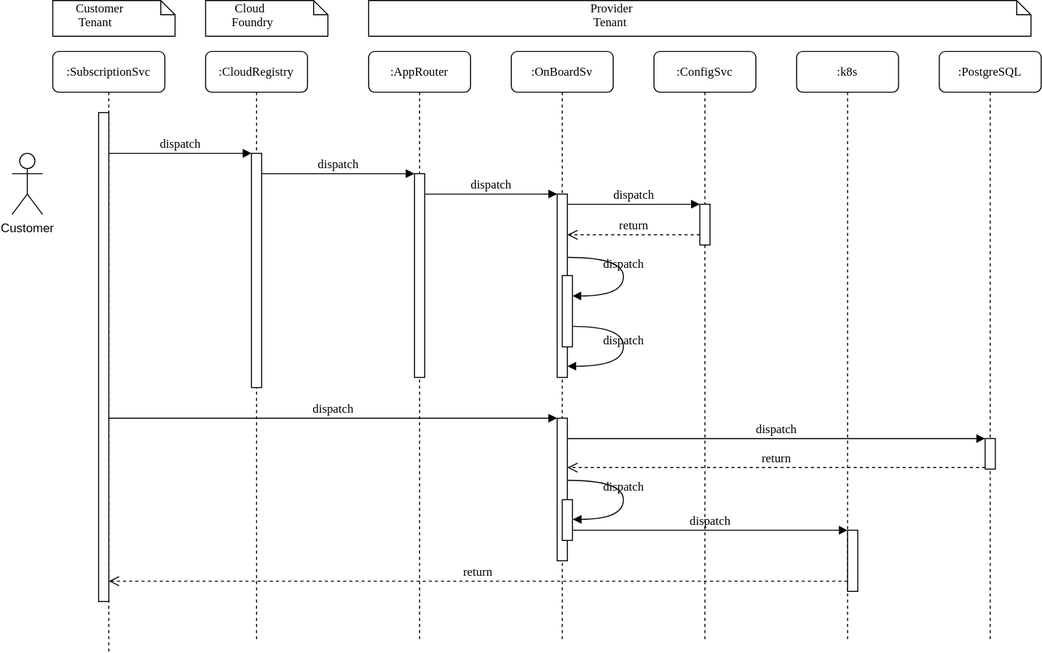
Earlier version of the draw.io export Onboarding.svg (sundarvc/sequence-diagrams). Source tidied: cells renumbered, new cells last; positions are measured from the earlier drawing's top-left corner, leaving out a move shared by most shapes.
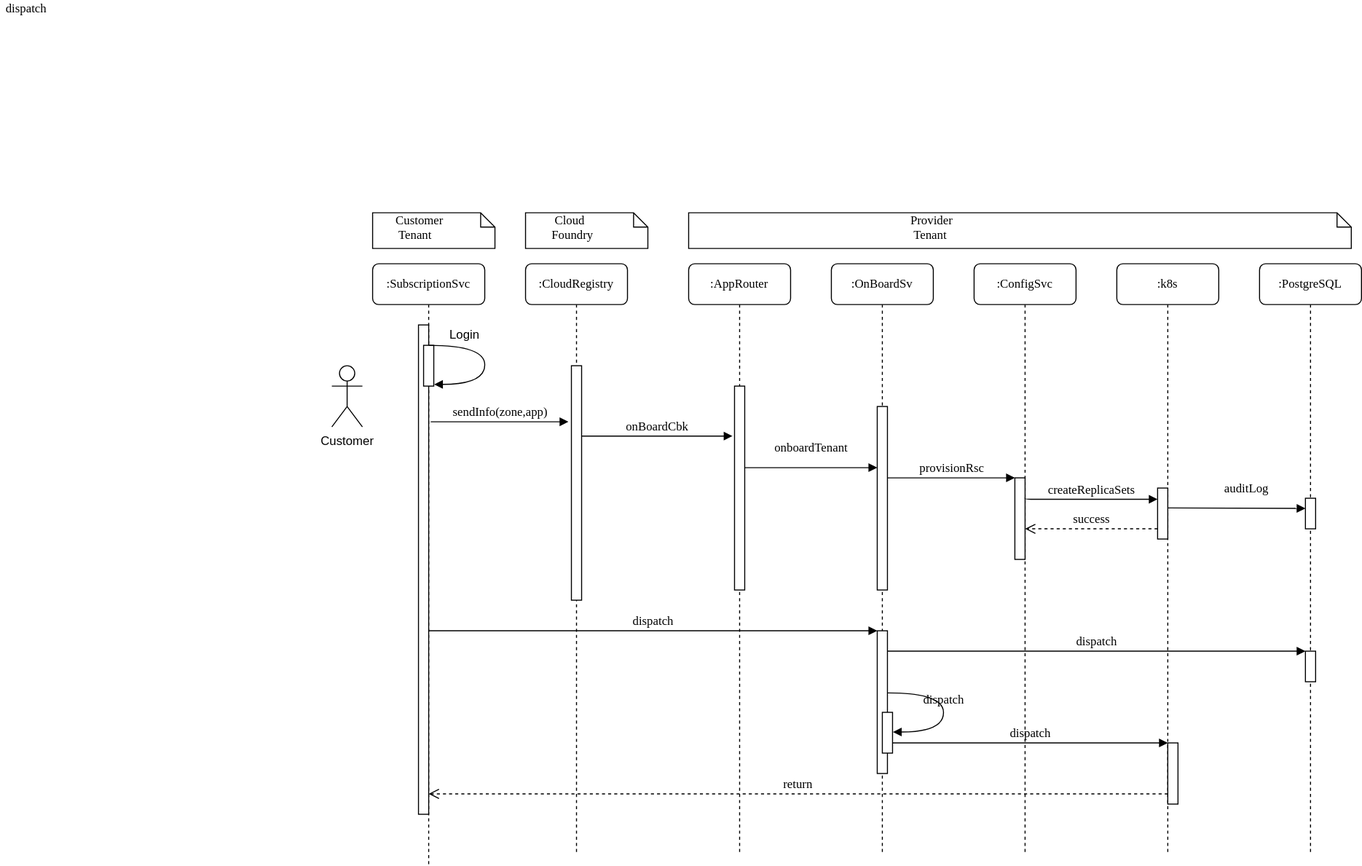
Above is the later version.

The edit, as a diff of the source:
```diff
@@ -23,39 +23,41 @@
     <mxCell id="8" value=":k8s" style="shape=umlLifeline;perimeter=lifelinePerimeter;whiteSpace=wrap;html=1;rounded=1;shadow=0;comic=0;labelBackgroundColor=none;strokeWidth=1;fontFamily=Verdana;fontSize=12;align=center;" parent="1" vertex="1">
       <mxGeometry x="770" y="50" width="100" height="580" as="geometry" />
     </mxCell>
+    <mxCell id="36" style="html=1;points=[];perimeter=orthogonalPerimeter;rounded=0;shadow=0;comic=0;labelBackgroundColor=none;strokeWidth=1;fontFamily=Verdana;fontSize=12;align=center;" parent="8" vertex="1">
+      <mxGeometry x="40" y="220" width="10" height="50" as="geometry" />
+    </mxCell>
     <mxCell id="9" value=":PostgreSQL" style="shape=umlLifeline;perimeter=lifelinePerimeter;whiteSpace=wrap;html=1;rounded=1;shadow=0;comic=0;labelBackgroundColor=none;strokeWidth=1;fontFamily=Verdana;fontSize=12;align=center;" parent="1" vertex="1">
       <mxGeometry x="910" y="50" width="100" height="580" as="geometry" />
     </mxCell>
+    <mxCell id="37" style="html=1;points=[];perimeter=orthogonalPerimeter;rounded=0;shadow=0;comic=0;labelBackgroundColor=none;strokeColor=#000000;strokeWidth=1;fillColor=#FFFFFF;fontFamily=Verdana;fontSize=12;fontColor=#000000;align=center;" parent="9" vertex="1">
+      <mxGeometry x="45" y="230" width="10" height="30" as="geometry" />
+    </mxCell>
     <mxCell id="10" value=":SubscriptionSvc" style="shape=umlLifeline;perimeter=lifelinePerimeter;whiteSpace=wrap;html=1;rounded=1;shadow=0;comic=0;labelBackgroundColor=none;strokeWidth=1;fontFamily=Verdana;fontSize=12;align=center;size=40;" parent="1" vertex="1">
       <mxGeometry x="40" y="50" width="110" height="590" as="geometry" />
     </mxCell>
     <mxCell id="11" style="html=1;points=[];perimeter=orthogonalPerimeter;rounded=0;shadow=0;comic=0;labelBackgroundColor=none;strokeWidth=1;fontFamily=Verdana;fontSize=12;align=center;" parent="10" vertex="1">
       <mxGeometry x="45" y="60" width="10" height="480" as="geometry" />
     </mxCell>
+    <mxCell id="38" style="html=1;perimeter=orthogonalPerimeter;rounded=0;shadow=0;comic=0;labelBackgroundColor=none;strokeWidth=1;fontFamily=Verdana;fontSize=12;align=center;" parent="10" vertex="1">
+      <mxGeometry x="50" y="80" width="10" height="40" as="geometry" />
+    </mxCell>
     <mxCell id="12" style="html=1;points=[];perimeter=orthogonalPerimeter;rounded=0;shadow=0;comic=0;labelBackgroundColor=none;strokeWidth=1;fontFamily=Verdana;fontSize=12;align=center;" parent="1" vertex="1">
       <mxGeometry x="535" y="190" width="10" height="180" as="geometry" />
     </mxCell>
-    <mxCell id="13" value="dispatch" style="html=1;verticalAlign=bottom;endArrow=block;labelBackgroundColor=none;fontFamily=Verdana;fontSize=12;edgeStyle=elbowEdgeStyle;elbow=vertical;" parent="1" edge="1" source="5" target="12">
-      <mxGeometry relative="1" as="geometry">
+    <mxCell id="13" value="onboardTenant" style="html=1;verticalAlign=bottom;endArrow=block;labelBackgroundColor=none;fontFamily=Verdana;fontSize=12;edgeStyle=elbowEdgeStyle;elbow=vertical;" parent="1" edge="1" source="5" target="12">
+      <mxGeometry y="10" relative="1" as="geometry">
         <Array as="points">
+          <mxPoint x="470" y="250" />
           <mxPoint x="410" y="190" />
         </Array>
       </mxGeometry>
     </mxCell>
     <mxCell id="14" style="html=1;points=[];perimeter=orthogonalPerimeter;rounded=0;shadow=0;comic=0;labelBackgroundColor=none;strokeWidth=1;fontFamily=Verdana;fontSize=12;align=center;" parent="1" vertex="1">
-      <mxGeometry x="675" y="200" width="10" height="40" as="geometry" />
+      <mxGeometry x="670" y="260" width="10" height="80" as="geometry" />
     </mxCell>
-    <mxCell id="15" value="dispatch" style="html=1;verticalAlign=bottom;endArrow=block;entryX=0;entryY=0;labelBackgroundColor=none;fontFamily=Verdana;fontSize=12;edgeStyle=elbowEdgeStyle;elbow=vertical;" parent="1" edge="1" source="12" target="14">
+    <mxCell id="15" value="provisionRsc" style="html=1;verticalAlign=bottom;endArrow=block;entryX=0;entryY=0;labelBackgroundColor=none;fontFamily=Verdana;fontSize=12;edgeStyle=elbowEdgeStyle;elbow=vertical;" parent="1" edge="1" source="12" target="14">
       <mxGeometry relative="1" as="geometry" />
     </mxCell>
-    <mxCell id="16" value="return" style="html=1;verticalAlign=bottom;endArrow=open;dashed=1;endSize=8;labelBackgroundColor=none;fontFamily=Verdana;fontSize=12;edgeStyle=elbowEdgeStyle;elbow=vertical;" parent="1" edge="1" source="14" target="12">
-      <mxGeometry relative="1" as="geometry">
-        <Array as="points">
-          <mxPoint x="620" y="230" />
-          <mxPoint x="650" y="230" />
-        </Array>
-      </mxGeometry>
-    </mxCell>
     <mxCell id="17" style="html=1;points=[];perimeter=orthogonalPerimeter;rounded=0;shadow=0;comic=0;labelBackgroundColor=none;strokeWidth=1;fontFamily=Verdana;fontSize=12;align=center;" parent="1" vertex="1">
       <mxGeometry x="535" y="410" width="10" height="140" as="geometry" />
     </mxCell>
@@ -68,8 +70,11 @@
     <mxCell id="20" value="dispatch" style="html=1;verticalAlign=bottom;endArrow=block;entryX=0;entryY=0;labelBackgroundColor=none;fontFamily=Verdana;fontSize=12;" parent="1" edge="1" source="17" target="19">
       <mxGeometry relative="1" as="geometry" />
     </mxCell>
-    <mxCell id="21" value="return" style="html=1;verticalAlign=bottom;endArrow=open;dashed=1;endSize=8;exitX=0;exitY=0.95;labelBackgroundColor=none;fontFamily=Verdana;fontSize=12;" parent="1" edge="1" source="19" target="17">
-      <mxGeometry relative="1" as="geometry" />
+    <mxCell id="21" value="success" style="html=1;verticalAlign=bottom;endArrow=open;dashed=1;endSize=8;labelBackgroundColor=none;fontFamily=Verdana;fontSize=12;" parent="1" edge="1">
+      <mxGeometry relative="1" as="geometry">
+        <mxPoint x="810" y="310" as="sourcePoint" />
+        <mxPoint x="680" y="310" as="targetPoint" />
+      </mxGeometry>
     </mxCell>
     <mxCell id="22" style="html=1;points=[];perimeter=orthogonalPerimeter;rounded=0;shadow=0;comic=0;labelBackgroundColor=none;strokeWidth=1;fontFamily=Verdana;fontSize=12;align=center;" parent="1" vertex="1">
       <mxGeometry x="820" y="520" width="10" height="60" as="geometry" />
@@ -84,32 +89,12 @@
         </Array>
       </mxGeometry>
     </mxCell>
-    <mxCell id="25" value="dispatch" style="html=1;verticalAlign=bottom;endArrow=block;entryX=0;entryY=0;labelBackgroundColor=none;fontFamily=Verdana;fontSize=12;edgeStyle=elbowEdgeStyle;elbow=vertical;" parent="1" edge="1" source="11" target="3">
+    <mxCell id="25" value="sendInfo(zone,app)" style="html=1;verticalAlign=bottom;endArrow=block;entryX=-0.3;entryY=0.243;labelBackgroundColor=none;fontFamily=Verdana;fontSize=12;edgeStyle=elbowEdgeStyle;elbow=vertical;exitX=1.2;exitY=0.198;exitDx=0;exitDy=0;exitPerimeter=0;entryDx=0;entryDy=0;entryPerimeter=0;" parent="1" edge="1" source="11" target="3">
       <mxGeometry relative="1" as="geometry" />
     </mxCell>
-    <mxCell id="26" value="dispatch" style="html=1;verticalAlign=bottom;endArrow=block;entryX=0;entryY=0;labelBackgroundColor=none;fontFamily=Verdana;fontSize=12;edgeStyle=elbowEdgeStyle;elbow=vertical;" parent="1" edge="1" source="3" target="5">
+    <mxCell id="26" value="onBoardCbk" style="html=1;verticalAlign=bottom;endArrow=block;entryX=-0.2;entryY=0.245;labelBackgroundColor=none;fontFamily=Verdana;fontSize=12;edgeStyle=elbowEdgeStyle;elbow=vertical;entryDx=0;entryDy=0;entryPerimeter=0;" parent="1" edge="1" source="3" target="5">
       <mxGeometry relative="1" as="geometry" />
     </mxCell>
-    <mxCell id="27" style="html=1;points=[];perimeter=orthogonalPerimeter;rounded=0;shadow=0;comic=0;labelBackgroundColor=none;strokeWidth=1;fontFamily=Verdana;fontSize=12;align=center;" parent="1" vertex="1">
-      <mxGeometry x="540" y="270" width="10" height="70" as="geometry" />
-    </mxCell>
-    <mxCell id="28" value="dispatch" style="html=1;verticalAlign=bottom;endArrow=block;labelBackgroundColor=none;fontFamily=Verdana;fontSize=12;elbow=vertical;edgeStyle=orthogonalEdgeStyle;curved=1;entryX=1;entryY=0.286;entryPerimeter=0;exitX=1.038;exitY=0.345;exitPerimeter=0;" parent="1" edge="1" source="12" target="27">
-      <mxGeometry relative="1" as="geometry">
-        <Array as="points">
-          <mxPoint x="600" y="252" />
-          <mxPoint x="600" y="290" />
-        </Array>
-      </mxGeometry>
-    </mxCell>
-    <mxCell id="29" value="dispatch" style="html=1;verticalAlign=bottom;endArrow=block;labelBackgroundColor=none;fontFamily=Verdana;fontSize=12;elbow=vertical;edgeStyle=orthogonalEdgeStyle;curved=1;exitX=1.066;exitY=0.713;exitPerimeter=0;" parent="1" edge="1" source="27">
-      <mxGeometry relative="1" as="geometry">
-        <mxPoint x="545" y="359" as="targetPoint" />
-        <Array as="points">
-          <mxPoint x="600" y="320" />
-          <mxPoint x="600" y="359" />
-        </Array>
-      </mxGeometry>
-    </mxCell>
     <mxCell id="30" style="html=1;points=[];perimeter=orthogonalPerimeter;rounded=0;shadow=0;comic=0;labelBackgroundColor=none;strokeWidth=1;fontFamily=Verdana;fontSize=12;align=center;" parent="1" vertex="1">
       <mxGeometry x="540" y="490" width="10" height="40" as="geometry" />
     </mxCell>
@@ -135,5 +120,30 @@
     <mxCell id="35" value="&amp;nbsp; &amp;nbsp; &amp;nbsp; &amp;nbsp;Customer&amp;nbsp;&lt;br&gt;&amp;nbsp; &amp;nbsp; &amp;nbsp; &amp;nbsp; Tenant" style="shape=note;whiteSpace=wrap;html=1;size=14;verticalAlign=top;align=left;spacingTop=-6;rounded=0;shadow=0;comic=0;labelBackgroundColor=none;strokeWidth=1;fontFamily=Verdana;fontSize=12;" parent="1" vertex="1">
       <mxGeometry x="40" width="120" height="35" as="geometry" />
     </mxCell>
+    <mxCell id="28" value="dispatch" style="html=1;verticalAlign=bottom;endArrow=block;labelBackgroundColor=none;fontFamily=Verdana;fontSize=12;elbow=vertical;edgeStyle=orthogonalEdgeStyle;curved=1;entryX=1;entryY=0.286;entryPerimeter=0;exitX=1.038;exitY=0.345;exitPerimeter=0;" parent="1" edge="1">
+      <mxGeometry x="-1" y="509" relative="1" as="geometry">
+        <mxPoint x="95.3" y="130" as="sourcePoint" />
+        <mxPoint x="100.3" y="168.3" as="targetPoint" />
+        <Array as="points">
+          <mxPoint x="150" y="130" />
+          <mxPoint x="150" y="168" />
+        </Array>
+        <mxPoint x="-395" y="188" as="offset" />
+      </mxGeometry>
+    </mxCell>
+    <mxCell id="39" value="Login" style="text;html=1;align=center;verticalAlign=middle;" parent="1" vertex="1">
+      <mxGeometry x="110" y="110" width="40" height="20" as="geometry" />
+    </mxCell>
+    <mxCell id="40" value="createReplicaSets" style="html=1;verticalAlign=bottom;endArrow=block;entryX=0;entryY=0.238;labelBackgroundColor=none;fontFamily=Verdana;fontSize=12;edgeStyle=elbowEdgeStyle;elbow=vertical;entryDx=0;entryDy=0;entryPerimeter=0;" parent="1" edge="1" target="36">
+      <mxGeometry relative="1" as="geometry">
+        <mxPoint x="680" y="279.5" as="sourcePoint" />
+      </mxGeometry>
+    </mxCell>
+    <mxCell id="41" value="auditLog" style="html=1;verticalAlign=bottom;endArrow=block;labelBackgroundColor=none;fontFamily=Verdana;fontSize=12;edgeStyle=elbowEdgeStyle;elbow=vertical;" parent="1" edge="1" target="37">
+      <mxGeometry x="0.12" y="10" relative="1" as="geometry">
+        <mxPoint x="820" y="289.5" as="sourcePoint" />
+        <mxPoint x="1" as="offset" />
+      </mxGeometry>
+    </mxCell>
   </root>
 </mxGraphModel>
```
